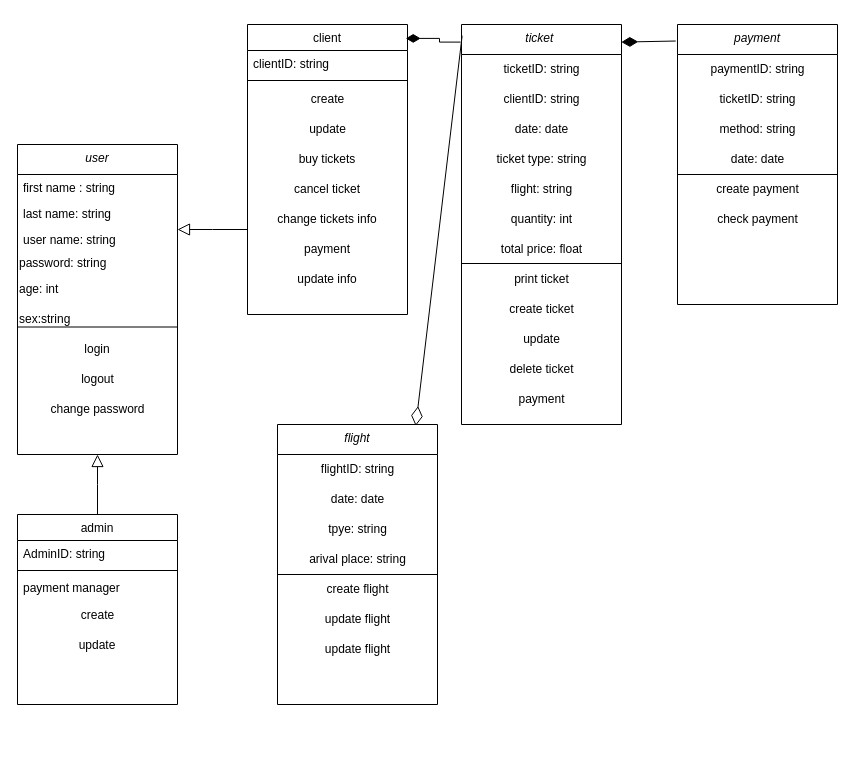
Above: Untitled Diagram.drawio in nakki268/dino (draw.io), before the change. Source tidied: cells renumbered, new cells numbered last; positions are measured from the earlier drawing's top-left corner, leaving out a move shared by most shapes. Both pictures are drawn from the tidied source at 100%, with x=0, y=0 at pixel (17, 24).
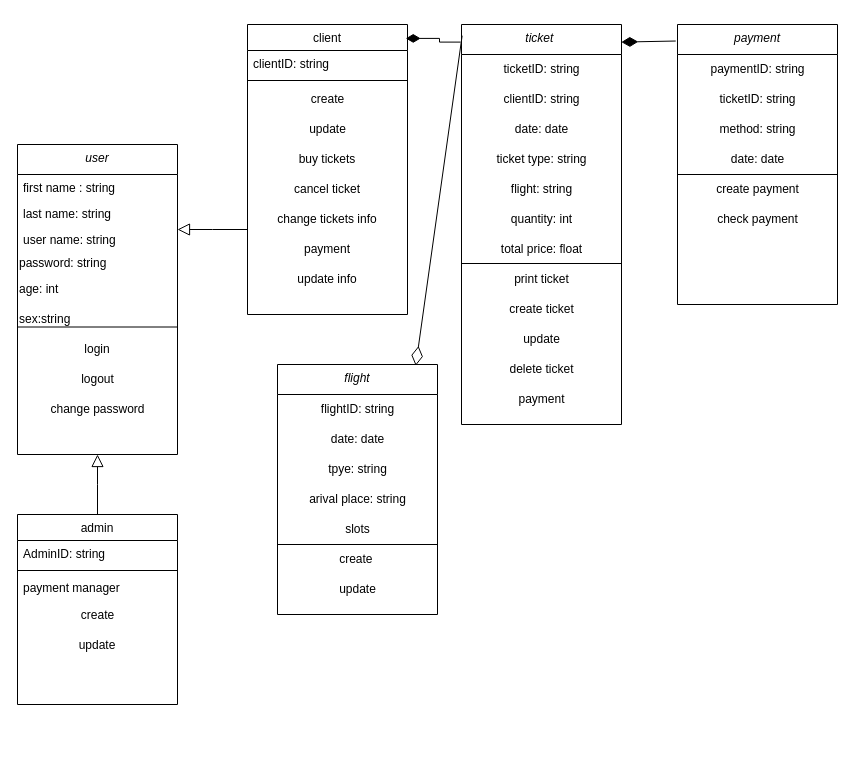
After the change.

The edit, as a diff of the source:
```diff
@@
     <mxCell id="57" value="flight" style="swimlane;fontStyle=2;align=center;verticalAlign=top;horizontal=1;startSize=30;rounded=0;shadow=0;strokeWidth=1;" parent="1" vertex="1">
-      <mxGeometry x="260" y="400" width="160" height="280" as="geometry" />
+      <mxGeometry x="260" y="340" width="160" height="250" as="geometry" />
     </mxCell>
@@
-    <mxCell id="60" style="endArrow=none;html=1;rounded=0;exitX=0;exitY=0.75;exitDx=0;exitDy=0;entryX=1;entryY=0.75;entryDx=0;entryDy=0;" parent="57" edge="1">
-      <mxGeometry relative="1" as="geometry">
-        <mxPoint y="150" as="sourcePoint" />
-        <mxPoint x="160" y="150" as="targetPoint" />
-      </mxGeometry>
-    </mxCell>
@@
-    <mxCell id="63" value="create flight" style="text;html=1;align=center;verticalAlign=middle;strokeColor=none;fillColor=none;" parent="57" vertex="1">
-      <mxGeometry y="150" width="160" height="30" as="geometry" />
-    </mxCell>
-    <mxCell id="64" value="update flight" style="text;html=1;align=center;verticalAlign=middle;strokeColor=none;fillColor=none;" parent="57" vertex="1">
-      <mxGeometry y="180" width="160" height="30" as="geometry" />
-    </mxCell>
-    <mxCell id="65" value="update flight" style="text;html=1;align=center;verticalAlign=middle;strokeColor=none;fillColor=none;" parent="57" vertex="1">
-      <mxGeometry y="210" width="160" height="30" as="geometry" />
-    </mxCell>
+    <mxCell id="67" value="slots" style="text;html=1;align=center;verticalAlign=middle;strokeColor=none;fillColor=none;" parent="57" vertex="1">
+      <mxGeometry y="150" width="160" height="30" as="geometry" />
+    </mxCell>
+    <mxCell id="60" style="endArrow=none;html=1;rounded=0;" parent="57" edge="1">
+      <mxGeometry relative="1" as="geometry">
+        <mxPoint y="180" as="sourcePoint" />
+        <mxPoint x="160" y="180" as="targetPoint" />
+      </mxGeometry>
+    </mxCell>
+    <mxCell id="68" value="create&amp;nbsp;" style="text;html=1;align=center;verticalAlign=middle;strokeColor=none;fillColor=none;" parent="57" vertex="1">
+      <mxGeometry y="180" width="160" height="30" as="geometry" />
+    </mxCell>
+    <mxCell id="69" value="update" style="text;html=1;align=center;verticalAlign=middle;strokeColor=none;fillColor=none;" parent="57" vertex="1">
+      <mxGeometry y="210" width="160" height="30" as="geometry" />
+    </mxCell>
```
